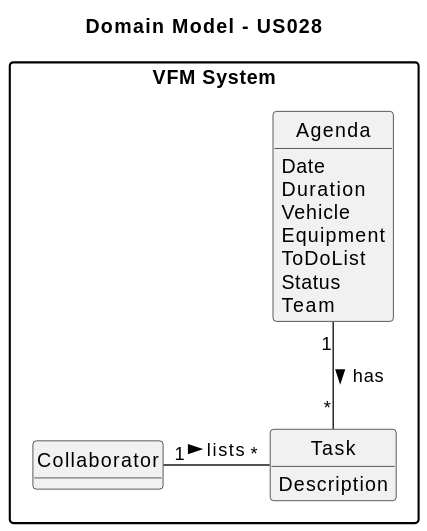
SAEmanuel/Green_Spaces_Management_ISEP keeps this PlantUML diagram as docs/sprintC/us028/02.analysis/svg/us028-domain-model-Domain_Model___US028.svg. Above is the earlier version.
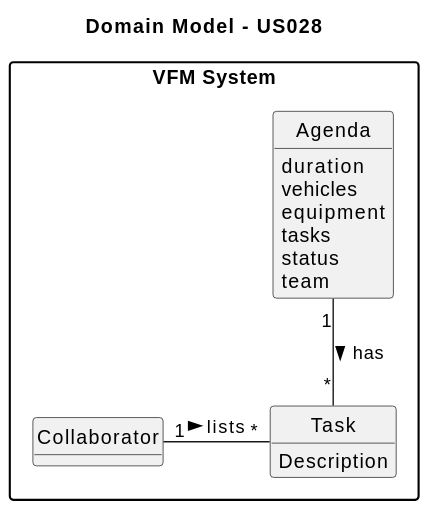
Later version of the same file.

Diff of the diagram source:
```diff
@@ -18,13 +18,12 @@
 }
 
 class Agenda {
-         Date
-         Duration
-         Vehicle
-         Equipment
-         ToDoList
-         Status
-         Team
+         duration
+         vehicles
+         equipment
+         tasks
+         status
+         team
 }
 
 class Task{
```
